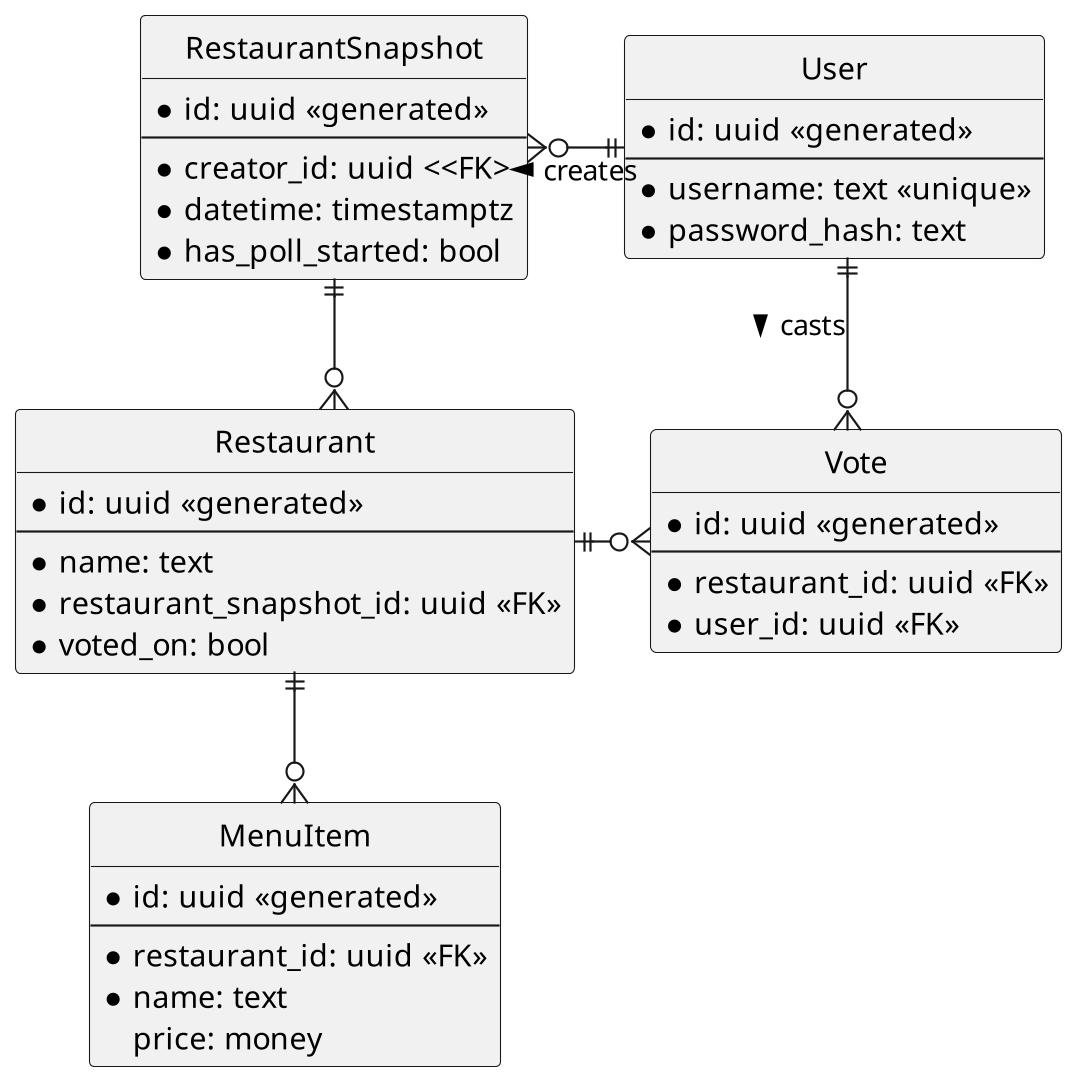
Before: diagrams/erd.png, a diagram exported from PlantUML (AurumTheEnd/lunchbunch). The source it was exported from:
```plantuml
@startuml

hide circle
skinparam linetype ortho

scale 1920 width
scale 1080 height

entity Vote {
  *id: uuid <<generated>>
  --
  *restaurant_id: uuid <<FK>>
  *user_id: uuid <<FK>>
}

entity User {
  *id: uuid <<generated>>
  --
  *username: text <<unique>>
  *password_hash: text
}

entity RestaurantSnapshot {
  *id: uuid <<generated>>
  --
  *creator_id: uuid <<FK>
  *datetime: timestamptz
  *has_poll_started: bool
}

entity Restaurant {
  *id: uuid <<generated>>
  --
  *name: text
  *restaurant_snapshot_id: uuid <<FK>>
  *voted_on: bool
}

entity MenuItem {
  *id: uuid <<generated>>
  --
  *restaurant_id: uuid <<FK>>
  *name: text
  price: money
}

Restaurant }o-up-|| RestaurantSnapshot
MenuItem }o-up-|| Restaurant

RestaurantSnapshot }o-right-----|| User : < creates
User ||-o{ Vote : > casts
Restaurant ||-o{ Vote

@enduml
```
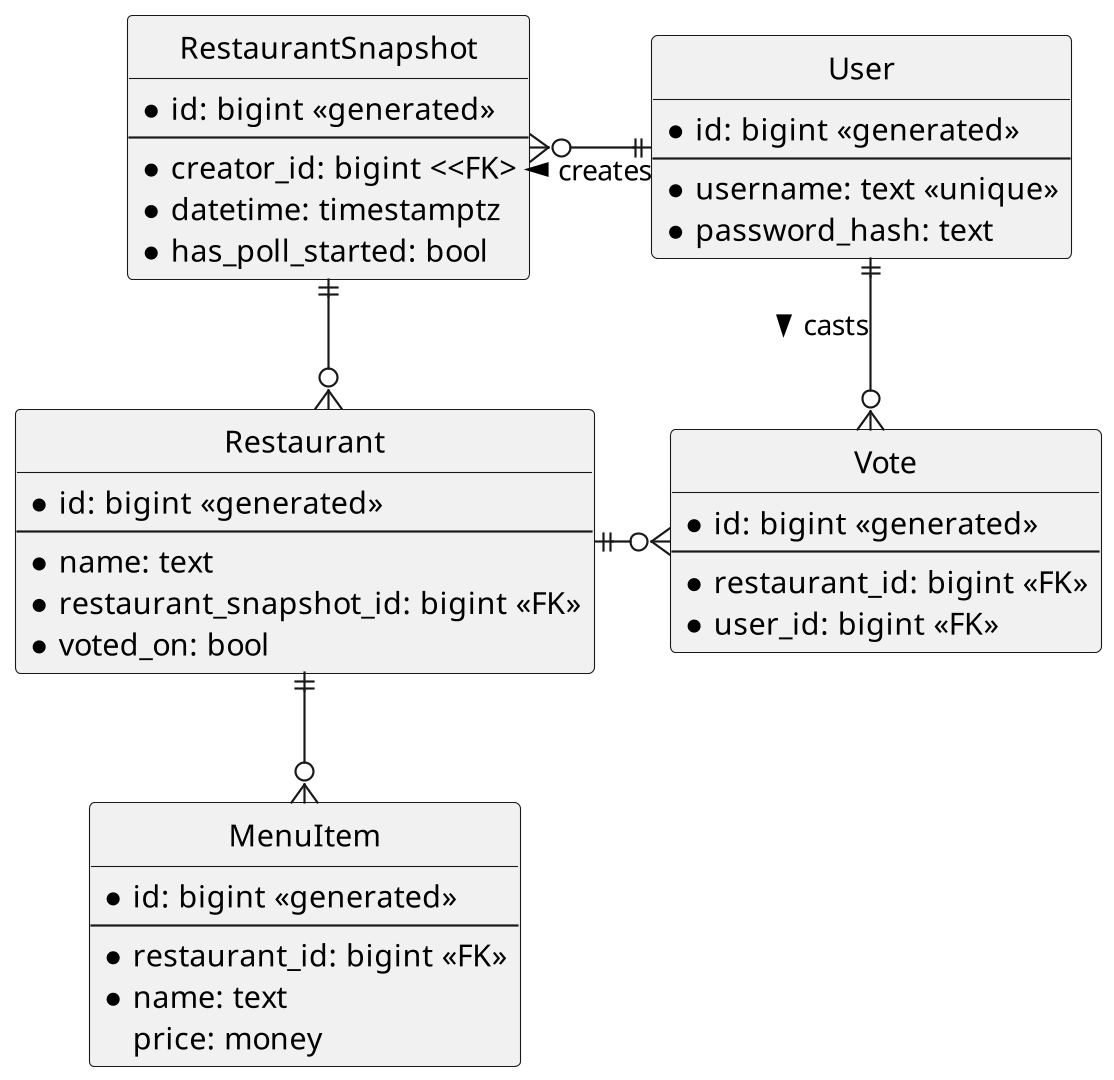
Above is the later version.

Commit message:
chore: regenerated erd

Diff of the diagram source:
```diff
@@ -7,39 +7,39 @@
 scale 1080 height
 
 entity Vote {
-  *id: uuid <<generated>>
+  *id: bigint <<generated>>
   --
-  *restaurant_id: uuid <<FK>>
-  *user_id: uuid <<FK>>
+  *restaurant_id: bigint <<FK>>
+  *user_id: bigint <<FK>>
 }
 
 entity User {
-  *id: uuid <<generated>>
+  *id: bigint <<generated>>
   --
   *username: text <<unique>>
   *password_hash: text
 }
 
 entity RestaurantSnapshot {
-  *id: uuid <<generated>>
+  *id: bigint <<generated>>
   --
-  *creator_id: uuid <<FK>
+  *creator_id: bigint <<FK>
   *datetime: timestamptz
   *has_poll_started: bool
 }
 
 entity Restaurant {
-  *id: uuid <<generated>>
+  *id: bigint <<generated>>
   --
   *name: text
-  *restaurant_snapshot_id: uuid <<FK>>
+  *restaurant_snapshot_id: bigint <<FK>>
   *voted_on: bool
 }
 
 entity MenuItem {
-  *id: uuid <<generated>>
+  *id: bigint <<generated>>
   --
-  *restaurant_id: uuid <<FK>>
+  *restaurant_id: bigint <<FK>>
   *name: text
   price: money
 }
```
